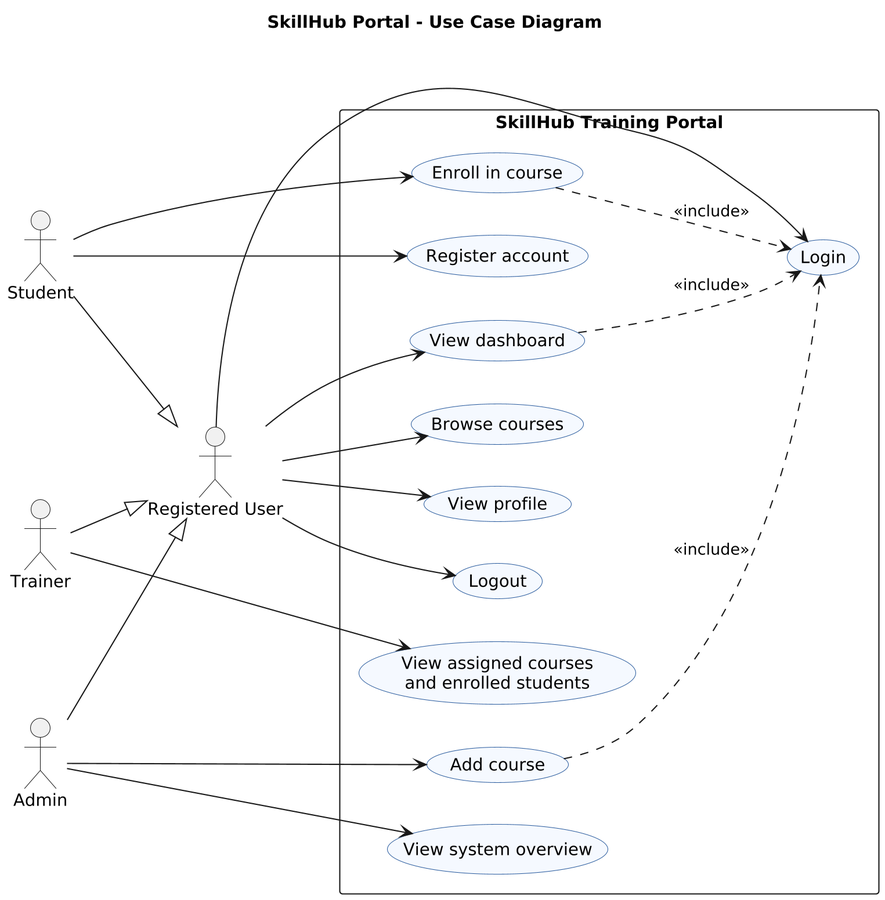
Above: project/diagrams/01_use_case.png in pamodmalith/skill-hub (PlantUML), before the change.
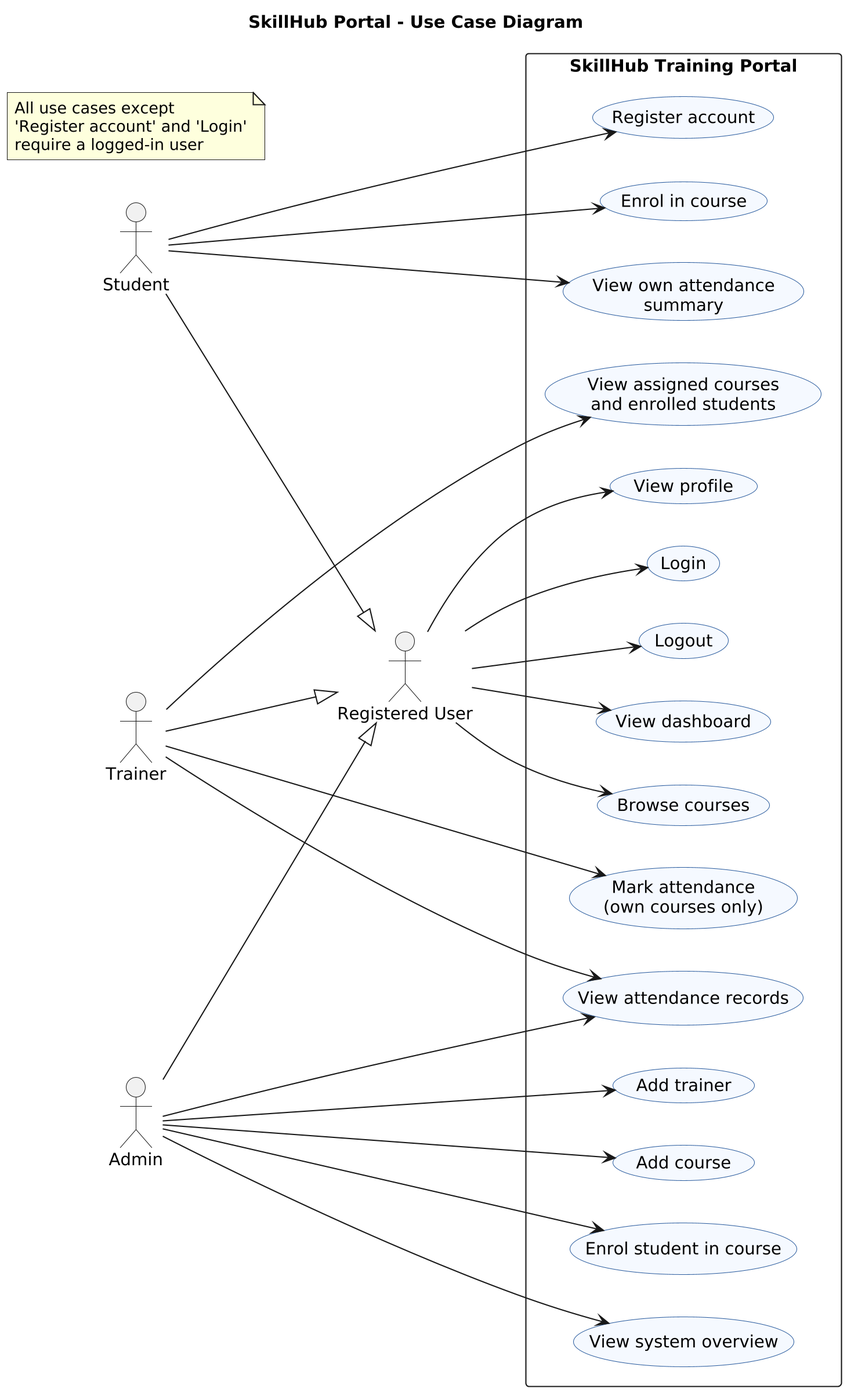
After the commit.

Change to the diagram source:
```diff
@@ -19,34 +19,45 @@
 A --|> U
 
 rectangle "SkillHub Training Portal" {
-  usecase "Login" as UC2
-  usecase "Logout" as UC3
-  usecase "View dashboard" as UC4
-  usecase "Browse courses" as UC5
-  usecase "View profile" as UC7
+  usecase "Login" as UC_LOGIN
+  usecase "Logout" as UC_LOGOUT
+  usecase "View dashboard" as UC_DASH
+  usecase "Browse courses" as UC_BROWSE
+  usecase "View profile" as UC_PROF
 
-  usecase "Register account" as UC1
-  usecase "Enroll in course" as UC6
+  usecase "Register account" as UC_REG
+  usecase "Enrol in course" as UC_ENROL
+  usecase "View own attendance\nsummary" as UC_MYATT
 
-  usecase "View assigned courses\nand enrolled students" as UC8
+  usecase "View assigned courses\nand enrolled students" as UC_TCOURSES
+  usecase "Mark attendance\n(own courses only)" as UC_MARK
 
-  usecase "Add course" as UC9
-  usecase "View system overview" as UC10
+  usecase "Add trainer" as UC_ADDT
+  usecase "Add course" as UC_ADDC
+  usecase "Enrol student in course" as UC_AENROL
+  usecase "View attendance records" as UC_VIEWATT
+  usecase "View system overview" as UC_OVER
 }
 
-U --> UC2
-U --> UC3
-U --> UC4
-U --> UC5
-U --> UC7
+U --> UC_LOGIN
+U --> UC_LOGOUT
+U --> UC_DASH
+U --> UC_BROWSE
+U --> UC_PROF
 
-S --> UC1
-S --> UC6
-T --> UC8
-A --> UC9
-A --> UC10
+S --> UC_REG
+S --> UC_ENROL
+S --> UC_MYATT
 
-UC4 ..> UC2 : <<include>>
-UC6 ..> UC2 : <<include>>
-UC9 ..> UC2 : <<include>>
+T --> UC_TCOURSES
+T --> UC_MARK
+T --> UC_VIEWATT
+
+A --> UC_ADDT
+A --> UC_ADDC
+A --> UC_AENROL
+A --> UC_VIEWATT
+A --> UC_OVER
+
+note "All use cases except\n'Register account' and 'Login'\nrequire a logged-in user" as N1
 @enduml
```
